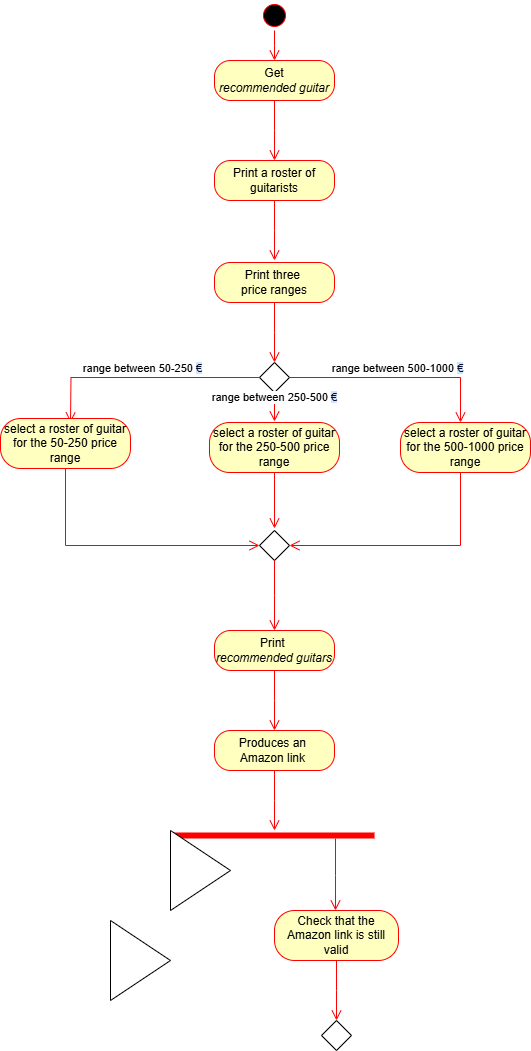
Before: ActivityDiagramM.drawio.png, a diagram exported from draw.io (TizianoLilli/ISPW-Project). Source tidied: cells renumbered, new cells last; positions are measured from the earlier drawing's top-left corner, leaving out a move shared by most shapes.
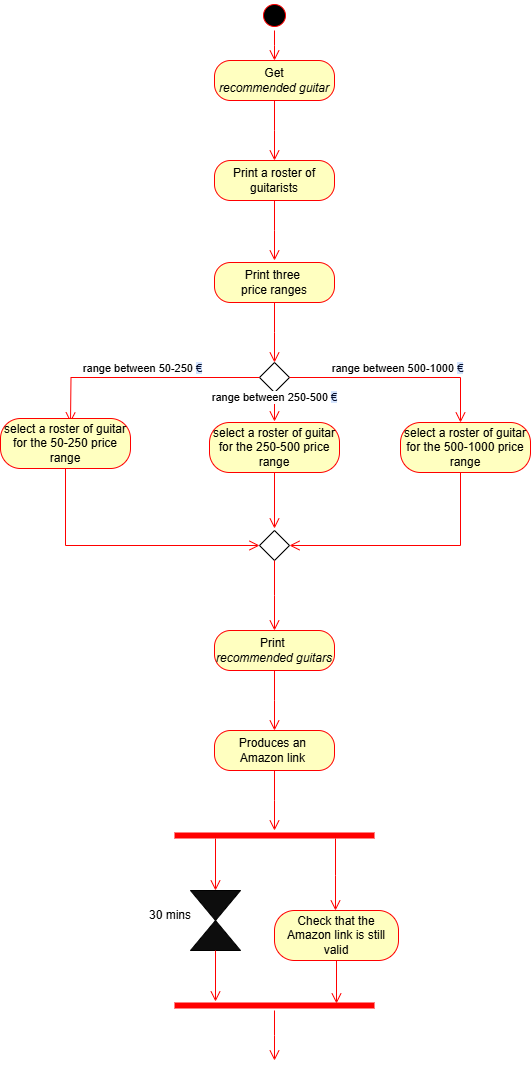
Later version of the same file.

Diff of the diagram source:
```diff
@@ -123,19 +123,31 @@
     <mxCell id="28" value="Check that the Amazon link is still valid" style="rounded=1;whiteSpace=wrap;html=1;arcSize=40;fontColor=#000000;fillColor=#ffffc0;strokeColor=#ff0000;" parent="1" vertex="1">
       <mxGeometry x="274" y="910" width="124" height="50" as="geometry" />
     </mxCell>
-    <mxCell id="29" style="edgeStyle=orthogonalEdgeStyle;html=1;verticalAlign=bottom;endArrow=open;endSize=8;strokeColor=#ff0000;rounded=0;exitX=0.5;exitY=1;exitDx=0;exitDy=0;" parent="1" edge="1" source="28">
-      <mxGeometry relative="1" as="geometry">
-        <mxPoint x="336" y="1020" as="targetPoint" />
-      </mxGeometry>
+    <mxCell id="29" style="edgeStyle=orthogonalEdgeStyle;html=1;verticalAlign=bottom;endArrow=open;endSize=8;strokeColor=#ff0000;rounded=0;exitX=0.5;exitY=1;exitDx=0;exitDy=0;entryX=0.81;entryY=0.3;entryDx=0;entryDy=0;entryPerimeter=0;" parent="1" edge="1" source="28" target="37">
+      <mxGeometry relative="1" as="geometry" />
     </mxCell>
-    <mxCell id="30" style="rhombus;whiteSpace=wrap;html=1;" parent="1" vertex="1">
-      <mxGeometry x="321" y="1020" width="30" height="30" as="geometry" />
-    </mxCell>
-    <mxCell id="31" style="triangle;whiteSpace=wrap;html=1;" parent="1" vertex="1">
-      <mxGeometry x="170" y="830" width="60" height="80" as="geometry" />
+    <mxCell id="31" style="triangle;whiteSpace=wrap;html=1;fillColor=#0d0d0d;direction=south;" parent="1" vertex="1">
+      <mxGeometry x="190" y="890" width="50" height="30" as="geometry" />
     </mxCell>
-    <mxCell id="32" style="triangle;whiteSpace=wrap;html=1;fontColor=#000000;" parent="1" vertex="1">
-      <mxGeometry x="110" y="920" width="60" height="80" as="geometry" />
-    </mxCell>
+    <mxCell id="33" style="triangle;whiteSpace=wrap;html=1;fillColor=#0d0d0d;direction=north;" parent="1" vertex="1">
+      <mxGeometry x="190" y="920" width="50" height="30" as="geometry" />
+    </mxCell>
+    <mxCell id="34" style="edgeStyle=orthogonalEdgeStyle;html=1;verticalAlign=bottom;endArrow=open;endSize=8;strokeColor=#ff0000;rounded=0;entryX=0;entryY=0.5;entryDx=0;entryDy=0;exitX=0.205;exitY=0.8;exitDx=0;exitDy=0;exitPerimeter=0;" parent="1" edge="1" source="26" target="31">
+      <mxGeometry relative="1" as="geometry" />
+    </mxCell>
+    <mxCell id="35" value="30 mins" style="text;html=1;align=center;verticalAlign=middle;whiteSpace=wrap;rounded=0;" parent="1" vertex="1">
+      <mxGeometry x="140" y="900" width="60" height="30" as="geometry" />
+    </mxCell>
+    <mxCell id="36" style="edgeStyle=orthogonalEdgeStyle;html=1;verticalAlign=bottom;endArrow=open;endSize=8;strokeColor=#ff0000;rounded=0;entryX=0.205;entryY=0.1;entryDx=0;entryDy=0;exitX=0;exitY=0.5;exitDx=0;exitDy=0;entryPerimeter=0;" parent="1" edge="1" source="33" target="37">
+      <mxGeometry relative="1" as="geometry" />
+    </mxCell>
+    <mxCell id="37" style="shape=line;html=1;strokeWidth=6;strokeColor=#ff0000;" parent="1" vertex="1">
+      <mxGeometry x="174" y="1000" width="200" height="10" as="geometry" />
+    </mxCell>
+    <mxCell id="38" style="edgeStyle=orthogonalEdgeStyle;html=1;verticalAlign=bottom;endArrow=open;endSize=8;strokeColor=#ff0000;rounded=0;" parent="1" edge="1" source="37">
+      <mxGeometry relative="1" as="geometry">
+        <mxPoint x="274" y="1060" as="targetPoint" />
+      </mxGeometry>
+    </mxCell>
   </root>
 </mxGraphModel>
```
